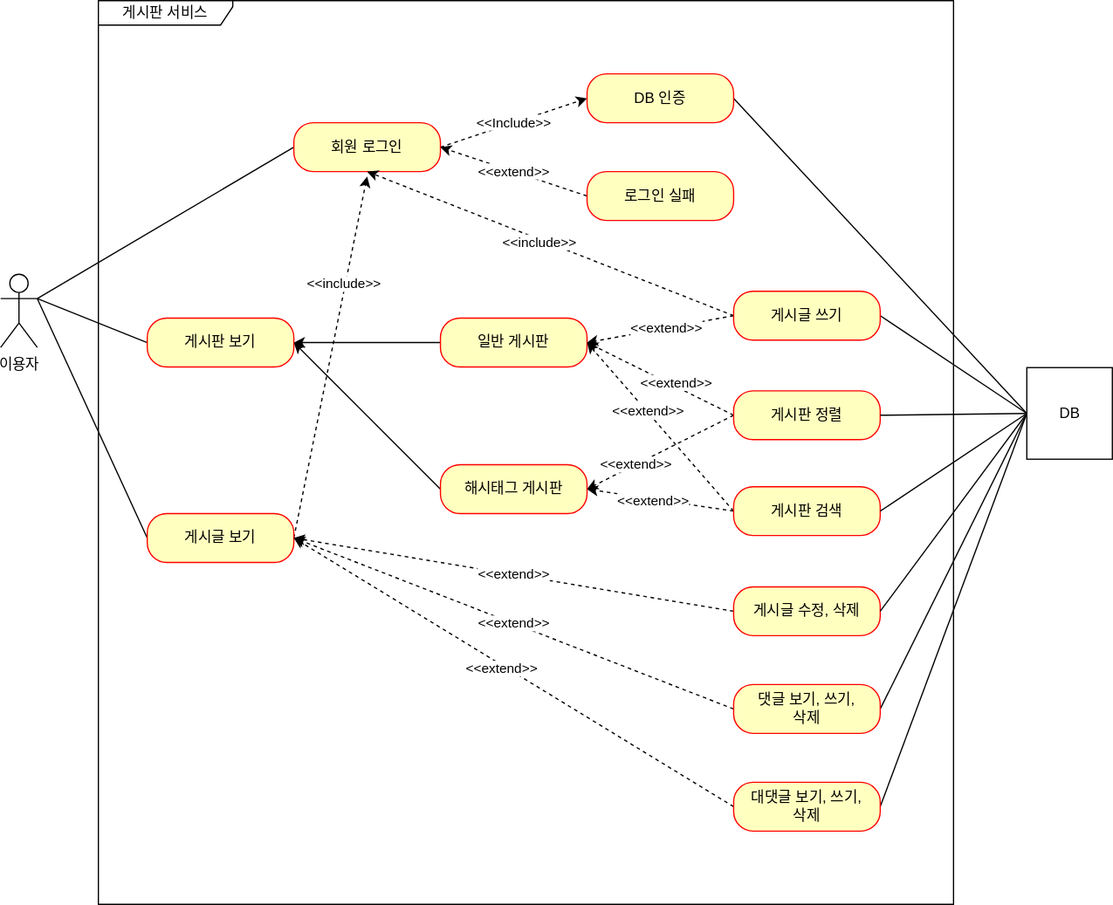
Before: project-board/document/use-case.svg, a diagram exported from draw.io (KimChanghyun72/fastcampus-project-board). Source tidied: cells renumbered, new cells last; positions are measured from the earlier drawing's top-left corner, leaving out a move shared by most shapes. The source it was exported from:
```xml
<mxGraphModel>
  <root>
    <mxCell id="0" />
    <mxCell id="1" parent="0" />
    <mxCell id="2" value="이용자" style="shape=umlActor;verticalLabelPosition=bottom;verticalAlign=top;html=1;" parent="1" vertex="1">
      <mxGeometry y="224" width="30" height="60" as="geometry" />
    </mxCell>
    <mxCell id="3" value="게시판 서비스" style="shape=umlFrame;whiteSpace=wrap;html=1;width=110;height=20;" parent="1" vertex="1">
      <mxGeometry x="80" width="700" height="740" as="geometry" />
    </mxCell>
    <mxCell id="4" style="rounded=0;jettySize=auto;html=1;exitX=0;exitY=0.5;exitDx=0;exitDy=0;entryX=1;entryY=0.5;entryDx=0;entryDy=0;" parent="1" edge="1" source="5" target="7">
      <mxGeometry relative="1" as="geometry" />
    </mxCell>
    <mxCell id="5" value="일반 게시판" style="rounded=1;whiteSpace=wrap;html=1;arcSize=40;fontColor=#000000;fillColor=#ffffc0;strokeColor=#ff0000;" parent="1" vertex="1">
      <mxGeometry x="360" y="260" width="120" height="40" as="geometry" />
    </mxCell>
    <mxCell id="6" style="edgeStyle=none;rounded=0;jettySize=auto;html=1;exitX=0;exitY=0.5;exitDx=0;exitDy=0;entryX=1;entryY=0.3333333333333333;entryDx=0;entryDy=0;entryPerimeter=0;endArrow=none;endFill=0;" parent="1" edge="1" source="7" target="2">
      <mxGeometry relative="1" as="geometry" />
    </mxCell>
    <mxCell id="7" value="게시판 보기" style="rounded=1;whiteSpace=wrap;html=1;arcSize=40;fontColor=#000000;fillColor=#ffffc0;strokeColor=#ff0000;" parent="1" vertex="1">
      <mxGeometry x="120" y="260" width="120" height="40" as="geometry" />
    </mxCell>
    <mxCell id="8" style="edgeStyle=none;rounded=0;jettySize=auto;html=1;exitX=0;exitY=0.5;exitDx=0;exitDy=0;endArrow=none;endFill=0;" parent="1" edge="1" source="11">
      <mxGeometry relative="1" as="geometry">
        <mxPoint x="30" y="244" as="targetPoint" />
      </mxGeometry>
    </mxCell>
    <mxCell id="9" style="edgeStyle=none;rounded=0;jettySize=auto;html=1;exitX=1;exitY=0.5;exitDx=0;exitDy=0;dashed=1;endArrow=classic;endFill=1;" parent="1" edge="1" source="11">
      <mxGeometry relative="1" as="geometry">
        <mxPoint x="300" y="144" as="targetPoint" />
      </mxGeometry>
    </mxCell>
    <mxCell id="10" value="&amp;lt;&amp;lt;include&amp;gt;&amp;gt;" style="edgeLabel;html=1;align=center;verticalAlign=middle;" parent="9" vertex="1">
      <mxGeometry x="0.41" y="2" relative="1" as="geometry" />
    </mxCell>
    <mxCell id="11" value="게시글 보기" style="rounded=1;whiteSpace=wrap;html=1;arcSize=40;fontColor=#000000;fillColor=#ffffc0;strokeColor=#ff0000;" parent="1" vertex="1">
      <mxGeometry x="120" y="420" width="120" height="40" as="geometry" />
    </mxCell>
    <mxCell id="12" style="edgeStyle=none;rounded=0;jettySize=auto;html=1;exitX=0;exitY=0.5;exitDx=0;exitDy=0;endArrow=none;endFill=0;" parent="1" edge="1" source="14">
      <mxGeometry relative="1" as="geometry">
        <mxPoint x="30" y="244" as="targetPoint" />
      </mxGeometry>
    </mxCell>
    <mxCell id="13" value="&amp;lt;&amp;lt;Include&amp;gt;&amp;gt;" style="rounded=0;jettySize=auto;html=1;exitX=1;exitY=0.5;exitDx=0;exitDy=0;entryX=0;entryY=0.5;entryDx=0;entryDy=0;dashed=1;" parent="1" edge="1" source="14" target="16">
      <mxGeometry relative="1" as="geometry" />
    </mxCell>
    <mxCell id="14" value="회원 로그인" style="rounded=1;whiteSpace=wrap;html=1;arcSize=40;fontColor=#000000;fillColor=#ffffc0;strokeColor=#ff0000;" parent="1" vertex="1">
      <mxGeometry x="240" y="100" width="120" height="40" as="geometry" />
    </mxCell>
    <mxCell id="15" style="edgeStyle=none;rounded=0;jettySize=auto;html=1;exitX=1;exitY=0.5;exitDx=0;exitDy=0;entryX=0;entryY=0.5;entryDx=0;entryDy=0;endArrow=none;endFill=0;" parent="1" edge="1" source="16" target="39">
      <mxGeometry relative="1" as="geometry" />
    </mxCell>
    <mxCell id="16" value="DB 인증" style="rounded=1;whiteSpace=wrap;html=1;arcSize=40;fontColor=#000000;fillColor=#ffffc0;strokeColor=#ff0000;" parent="1" vertex="1">
      <mxGeometry x="480" y="60" width="120" height="40" as="geometry" />
    </mxCell>
    <mxCell id="17" value="&amp;lt;&amp;lt;extend&amp;gt;&amp;gt;" style="edgeStyle=none;rounded=0;jettySize=auto;html=1;exitX=0;exitY=0.5;exitDx=0;exitDy=0;entryX=1;entryY=0.5;entryDx=0;entryDy=0;endArrow=classic;endFill=1;dashed=1;" parent="1" edge="1" source="18" target="14">
      <mxGeometry relative="1" as="geometry" />
    </mxCell>
    <mxCell id="18" value="로그인 실패" style="rounded=1;whiteSpace=wrap;html=1;arcSize=40;fontColor=#000000;fillColor=#ffffc0;strokeColor=#ff0000;" parent="1" vertex="1">
      <mxGeometry x="480" y="140" width="120" height="40" as="geometry" />
    </mxCell>
    <mxCell id="19" style="edgeStyle=none;rounded=0;jettySize=auto;html=1;exitX=0;exitY=0.5;exitDx=0;exitDy=0;entryX=1;entryY=0.5;entryDx=0;entryDy=0;dashed=1;endArrow=classic;endFill=1;" parent="1" edge="1" source="23" target="5">
      <mxGeometry relative="1" as="geometry" />
    </mxCell>
    <mxCell id="20" value="&amp;lt;&amp;lt;extend&amp;gt;&amp;gt;" style="edgeLabel;html=1;align=center;verticalAlign=middle;" parent="19" vertex="1">
      <mxGeometry x="-0.18" y="-3" relative="1" as="geometry" />
    </mxCell>
    <mxCell id="21" style="edgeStyle=none;rounded=0;jettySize=auto;html=1;exitX=0;exitY=0.5;exitDx=0;exitDy=0;entryX=1;entryY=0.5;entryDx=0;entryDy=0;dashed=1;" parent="1" edge="1" source="23" target="41">
      <mxGeometry relative="1" as="geometry" />
    </mxCell>
    <mxCell id="22" value="&amp;lt;&amp;lt;extend&amp;gt;&amp;gt;" style="edgeLabel;html=1;align=center;verticalAlign=middle;" parent="21" vertex="1">
      <mxGeometry x="0.33" relative="1" as="geometry">
        <mxPoint x="-1" as="offset" />
      </mxGeometry>
    </mxCell>
    <mxCell id="23" value="게시판 정렬" style="rounded=1;whiteSpace=wrap;html=1;arcSize=40;fontColor=#000000;fillColor=#ffffc0;strokeColor=#ff0000;" parent="1" vertex="1">
      <mxGeometry x="600" y="319.5" width="120" height="40" as="geometry" />
    </mxCell>
    <mxCell id="24" style="edgeStyle=none;rounded=0;jettySize=auto;html=1;exitX=0;exitY=0.5;exitDx=0;exitDy=0;dashed=1;endArrow=classic;endFill=1;entryX=1;entryY=0.5;entryDx=0;entryDy=0;" parent="1" edge="1" source="28" target="5">
      <mxGeometry relative="1" as="geometry" />
    </mxCell>
    <mxCell id="25" value="&amp;lt;&amp;lt;extend&amp;gt;&amp;gt;" style="edgeLabel;html=1;align=center;verticalAlign=middle;" parent="24" vertex="1">
      <mxGeometry x="0.18" y="-1" relative="1" as="geometry" />
    </mxCell>
    <mxCell id="26" style="edgeStyle=none;rounded=0;jettySize=auto;html=1;exitX=0;exitY=0.5;exitDx=0;exitDy=0;entryX=1;entryY=0.5;entryDx=0;entryDy=0;dashed=1;" parent="1" edge="1" source="28" target="41">
      <mxGeometry relative="1" as="geometry" />
    </mxCell>
    <mxCell id="27" value="&amp;lt;&amp;lt;extend&amp;gt;&amp;gt;" style="edgeLabel;html=1;align=center;verticalAlign=middle;" parent="26" vertex="1">
      <mxGeometry x="0.11" y="2" relative="1" as="geometry">
        <mxPoint x="1" as="offset" />
      </mxGeometry>
    </mxCell>
    <mxCell id="28" value="게시판 검색" style="rounded=1;whiteSpace=wrap;html=1;arcSize=40;fontColor=#000000;fillColor=#ffffc0;strokeColor=#ff0000;" parent="1" vertex="1">
      <mxGeometry x="600" y="398" width="120" height="40" as="geometry" />
    </mxCell>
    <mxCell id="29" value="&amp;lt;&amp;lt;extend&amp;gt;&amp;gt;" style="edgeStyle=none;rounded=0;jettySize=auto;html=1;exitX=0;exitY=0.5;exitDx=0;exitDy=0;entryX=1;entryY=0.5;entryDx=0;entryDy=0;dashed=1;endArrow=classic;endFill=1;" parent="1" edge="1" source="30" target="11">
      <mxGeometry relative="1" as="geometry" />
    </mxCell>
    <mxCell id="30" value="게시글 수정, 삭제" style="rounded=1;whiteSpace=wrap;html=1;arcSize=40;fontColor=#000000;fillColor=#ffffc0;strokeColor=#ff0000;" parent="1" vertex="1">
      <mxGeometry x="600" y="480" width="120" height="40" as="geometry" />
    </mxCell>
    <mxCell id="31" style="edgeStyle=none;rounded=0;jettySize=auto;html=1;exitX=0;exitY=0.5;exitDx=0;exitDy=0;dashed=1;endArrow=classic;endFill=1;entryX=1;entryY=0.5;entryDx=0;entryDy=0;" parent="1" edge="1" source="34" target="11">
      <mxGeometry relative="1" as="geometry" />
    </mxCell>
    <mxCell id="32" value="&amp;lt;&amp;lt;extend&amp;gt;&amp;gt;" style="edgeLabel;html=1;align=center;verticalAlign=middle;" parent="31" vertex="1">
      <mxGeometry x="0.01" relative="1" as="geometry" />
    </mxCell>
    <mxCell id="33" style="edgeStyle=none;rounded=0;jettySize=auto;html=1;exitX=1;exitY=0.5;exitDx=0;exitDy=0;endArrow=none;endFill=0;entryX=0;entryY=0.5;entryDx=0;entryDy=0;" parent="1" edge="1" source="34" target="39">
      <mxGeometry relative="1" as="geometry" />
    </mxCell>
    <mxCell id="34" value="댓글 보기, 쓰기,&lt;br&gt;삭제" style="rounded=1;whiteSpace=wrap;html=1;arcSize=40;fontColor=#000000;fillColor=#ffffc0;strokeColor=#ff0000;" parent="1" vertex="1">
      <mxGeometry x="600" y="560" width="120" height="40" as="geometry" />
    </mxCell>
    <mxCell id="35" style="edgeStyle=none;rounded=0;jettySize=auto;html=1;exitX=0;exitY=0.5;exitDx=0;exitDy=0;entryX=1;entryY=0.5;entryDx=0;entryDy=0;endArrow=none;endFill=0;" parent="1" edge="1" source="39" target="30">
      <mxGeometry relative="1" as="geometry" />
    </mxCell>
    <mxCell id="36" style="edgeStyle=none;rounded=0;jettySize=auto;html=1;exitX=0;exitY=0.5;exitDx=0;exitDy=0;entryX=1;entryY=0.5;entryDx=0;entryDy=0;endArrow=none;endFill=0;" parent="1" edge="1" source="39" target="28">
      <mxGeometry relative="1" as="geometry" />
    </mxCell>
    <mxCell id="37" style="edgeStyle=none;rounded=0;jettySize=auto;html=1;exitX=0;exitY=0.5;exitDx=0;exitDy=0;entryX=1;entryY=0.5;entryDx=0;entryDy=0;endArrow=none;endFill=0;" parent="1" edge="1" source="39" target="23">
      <mxGeometry relative="1" as="geometry" />
    </mxCell>
    <mxCell id="38" style="edgeStyle=none;rounded=0;jettySize=auto;html=1;exitX=0;exitY=0.5;exitDx=0;exitDy=0;entryX=1;entryY=0.5;entryDx=0;entryDy=0;endArrow=none;endFill=0;" parent="1" edge="1" source="39" target="47">
      <mxGeometry relative="1" as="geometry" />
    </mxCell>
    <mxCell id="39" value="DB" style="html=1;" parent="1" vertex="1">
      <mxGeometry x="840" y="300.5" width="70" height="75" as="geometry" />
    </mxCell>
    <mxCell id="40" style="jettySize=auto;html=1;exitX=0;exitY=0.5;exitDx=0;exitDy=0;entryX=1;entryY=0.5;entryDx=0;entryDy=0;rounded=0;" parent="1" edge="1" source="41" target="7">
      <mxGeometry relative="1" as="geometry" />
    </mxCell>
    <mxCell id="41" value="해시태그 게시판" style="rounded=1;whiteSpace=wrap;html=1;arcSize=40;fontColor=#000000;fillColor=#ffffc0;strokeColor=#ff0000;" parent="1" vertex="1">
      <mxGeometry x="360" y="380" width="120" height="40" as="geometry" />
    </mxCell>
    <mxCell id="42" style="edgeStyle=none;rounded=0;orthogonalLoop=1;jettySize=auto;html=1;exitX=0;exitY=0.5;exitDx=0;exitDy=0;" parent="1" edge="1" source="28" target="28">
      <mxGeometry relative="1" as="geometry" />
    </mxCell>
    <mxCell id="43" style="edgeStyle=none;rounded=0;jettySize=auto;html=1;exitX=0;exitY=0.5;exitDx=0;exitDy=0;entryX=1;entryY=0.5;entryDx=0;entryDy=0;dashed=1;" parent="1" edge="1" source="47" target="5">
      <mxGeometry relative="1" as="geometry" />
    </mxCell>
    <mxCell id="44" value="&amp;lt;&amp;lt;extend&amp;gt;&amp;gt;" style="edgeLabel;html=1;align=center;verticalAlign=middle;" parent="43" vertex="1">
      <mxGeometry x="-0.09" y="-1" relative="1" as="geometry" />
    </mxCell>
    <mxCell id="45" style="edgeStyle=none;rounded=0;jettySize=auto;html=1;exitX=0;exitY=0.5;exitDx=0;exitDy=0;entryX=0.5;entryY=1;entryDx=0;entryDy=0;endArrow=classic;endFill=1;dashed=1;" parent="1" edge="1" source="47" target="14">
      <mxGeometry relative="1" as="geometry" />
    </mxCell>
    <mxCell id="46" value="&amp;lt;&amp;lt;include&amp;gt;&amp;gt;" style="edgeLabel;html=1;align=center;verticalAlign=middle;" parent="45" vertex="1">
      <mxGeometry x="0.06" y="2" relative="1" as="geometry" />
    </mxCell>
    <mxCell id="47" value="게시글 쓰기" style="rounded=1;whiteSpace=wrap;html=1;arcSize=40;fontColor=#000000;fillColor=#ffffc0;strokeColor=#ff0000;" parent="1" vertex="1">
      <mxGeometry x="600" y="238" width="120" height="40" as="geometry" />
    </mxCell>
    <mxCell id="48" style="edgeStyle=none;rounded=0;jettySize=auto;html=1;exitX=0;exitY=0.5;exitDx=0;exitDy=0;entryX=1;entryY=0.5;entryDx=0;entryDy=0;endArrow=classic;endFill=1;dashed=1;" parent="1" edge="1" source="51" target="11">
      <mxGeometry relative="1" as="geometry" />
    </mxCell>
    <mxCell id="49" value="&amp;lt;&amp;lt;extend&amp;gt;&amp;gt;" style="edgeLabel;html=1;align=center;verticalAlign=middle;" parent="48" vertex="1">
      <mxGeometry x="0.05" y="3" relative="1" as="geometry" />
    </mxCell>
    <mxCell id="50" style="edgeStyle=none;rounded=0;jettySize=auto;html=1;exitX=1;exitY=0.5;exitDx=0;exitDy=0;entryX=0;entryY=0.5;entryDx=0;entryDy=0;endArrow=none;endFill=0;" parent="1" edge="1" source="51" target="39">
      <mxGeometry relative="1" as="geometry" />
    </mxCell>
    <mxCell id="51" value="대댓글 보기, 쓰기,&lt;br&gt;삭제" style="rounded=1;whiteSpace=wrap;html=1;arcSize=40;fontColor=#000000;fillColor=#ffffc0;strokeColor=#ff0000;" parent="1" vertex="1">
      <mxGeometry x="600" y="640" width="120" height="40" as="geometry" />
    </mxCell>
  </root>
</mxGraphModel>
```
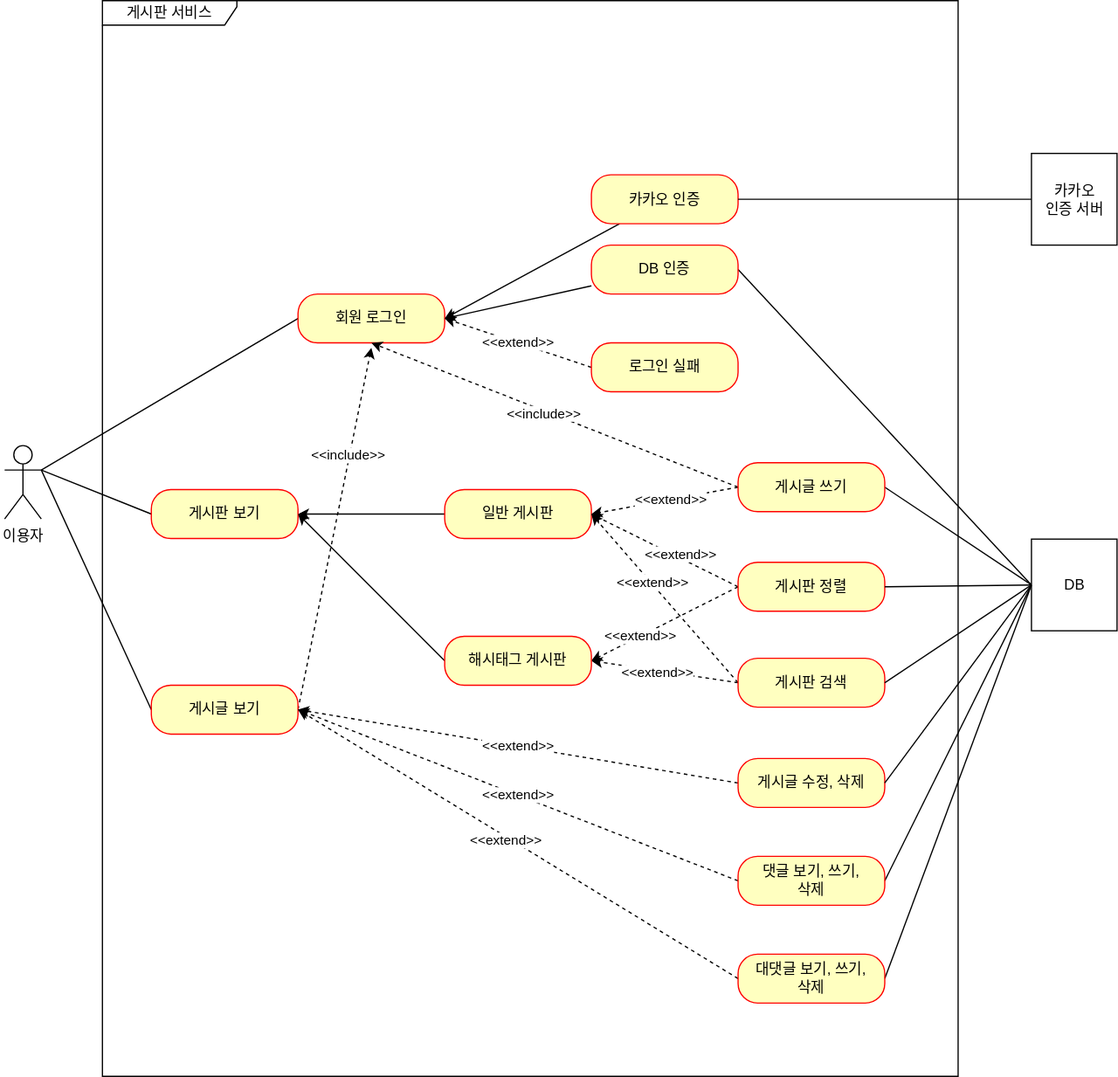
Later version of the same file.

What changed in the source:
```diff
@@ -6,7 +6,7 @@
       <mxGeometry y="224" width="30" height="60" as="geometry" />
     </mxCell>
     <mxCell id="3" value="게시판 서비스" style="shape=umlFrame;whiteSpace=wrap;html=1;width=110;height=20;" parent="1" vertex="1">
-      <mxGeometry x="80" width="700" height="740" as="geometry" />
+      <mxGeometry x="80" y="-140" width="700" height="880" as="geometry" />
     </mxCell>
     <mxCell id="4" style="rounded=0;jettySize=auto;html=1;exitX=0;exitY=0.5;exitDx=0;exitDy=0;entryX=1;entryY=0.5;entryDx=0;entryDy=0;" parent="1" edge="1" source="5" target="7">
       <mxGeometry relative="1" as="geometry" />
@@ -41,15 +41,15 @@
         <mxPoint x="30" y="244" as="targetPoint" />
       </mxGeometry>
     </mxCell>
-    <mxCell id="13" value="&amp;lt;&amp;lt;Include&amp;gt;&amp;gt;" style="rounded=0;jettySize=auto;html=1;exitX=1;exitY=0.5;exitDx=0;exitDy=0;entryX=0;entryY=0.5;entryDx=0;entryDy=0;dashed=1;" parent="1" edge="1" source="14" target="16">
-      <mxGeometry relative="1" as="geometry" />
-    </mxCell>
     <mxCell id="14" value="회원 로그인" style="rounded=1;whiteSpace=wrap;html=1;arcSize=40;fontColor=#000000;fillColor=#ffffc0;strokeColor=#ff0000;" parent="1" vertex="1">
       <mxGeometry x="240" y="100" width="120" height="40" as="geometry" />
     </mxCell>
     <mxCell id="15" style="edgeStyle=none;rounded=0;jettySize=auto;html=1;exitX=1;exitY=0.5;exitDx=0;exitDy=0;entryX=0;entryY=0.5;entryDx=0;entryDy=0;endArrow=none;endFill=0;" parent="1" edge="1" source="16" target="39">
       <mxGeometry relative="1" as="geometry" />
     </mxCell>
+    <mxCell id="52" style="edgeStyle=none;rounded=0;jettySize=auto;html=1;entryX=1;entryY=0.5;entryDx=0;entryDy=0;strokeColor=default;align=center;verticalAlign=middle;fontFamily=Helvetica;fontSize=11;fontColor=default;labelBackgroundColor=default;endArrow=classic;" parent="1" edge="1" source="16" target="14">
+      <mxGeometry relative="1" as="geometry" />
+    </mxCell>
     <mxCell id="16" value="DB 인증" style="rounded=1;whiteSpace=wrap;html=1;arcSize=40;fontColor=#000000;fillColor=#ffffc0;strokeColor=#ff0000;" parent="1" vertex="1">
       <mxGeometry x="480" y="60" width="120" height="40" as="geometry" />
     </mxCell>
@@ -162,5 +162,19 @@
     <mxCell id="51" value="대댓글 보기, 쓰기,&lt;br&gt;삭제" style="rounded=1;whiteSpace=wrap;html=1;arcSize=40;fontColor=#000000;fillColor=#ffffc0;strokeColor=#ff0000;" parent="1" vertex="1">
       <mxGeometry x="600" y="640" width="120" height="40" as="geometry" />
     </mxCell>
+    <mxCell id="53" style="edgeStyle=none;rounded=0;jettySize=auto;html=1;strokeColor=default;align=center;verticalAlign=middle;fontFamily=Helvetica;fontSize=11;fontColor=default;labelBackgroundColor=default;endArrow=classic;" parent="1" edge="1" source="54">
+      <mxGeometry relative="1" as="geometry">
+        <mxPoint x="360" y="120" as="targetPoint" />
+      </mxGeometry>
+    </mxCell>
+    <mxCell id="54" value="카카오 인증" style="rounded=1;whiteSpace=wrap;html=1;arcSize=40;fontColor=#000000;fillColor=#ffffc0;strokeColor=#ff0000;" parent="1" vertex="1">
+      <mxGeometry x="480" y="2.5" width="120" height="40" as="geometry" />
+    </mxCell>
+    <mxCell id="55" style="edgeStyle=none;rounded=0;jettySize=auto;html=1;entryX=1;entryY=0.5;entryDx=0;entryDy=0;strokeColor=default;align=center;verticalAlign=middle;fontFamily=Helvetica;fontSize=11;fontColor=default;labelBackgroundColor=default;endArrow=none;endFill=0;" parent="1" edge="1" source="56" target="54">
+      <mxGeometry relative="1" as="geometry" />
+    </mxCell>
+    <mxCell id="56" value="카카오 &lt;br&gt;인증 서버" style="html=1;" parent="1" vertex="1">
+      <mxGeometry x="840" y="-15" width="70" height="75" as="geometry" />
+    </mxCell>
   </root>
 </mxGraphModel>
```
